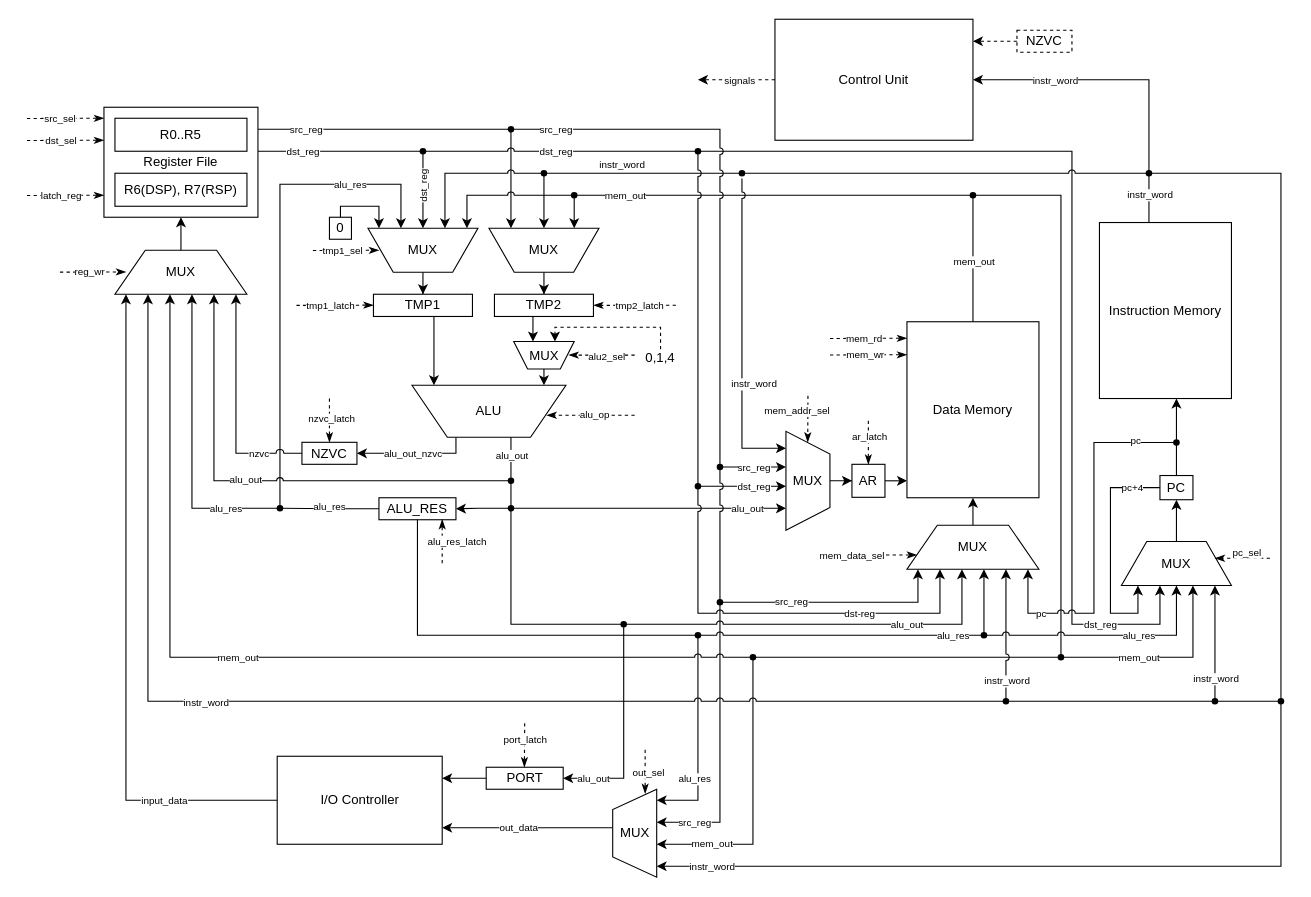
xtern0o/csa_lab4 keeps this draw.io diagram as scheme/csa_lab4_datapath_scheme.drawio. Above is the earlier version. Source tidied: cells renumbered, new cells numbered last; positions are measured from the earlier drawing's top-left corner, leaving out a move shared by most shapes. Both pictures are drawn from the tidied source at 110%, with x=0, y=0 at pixel (26, 19).
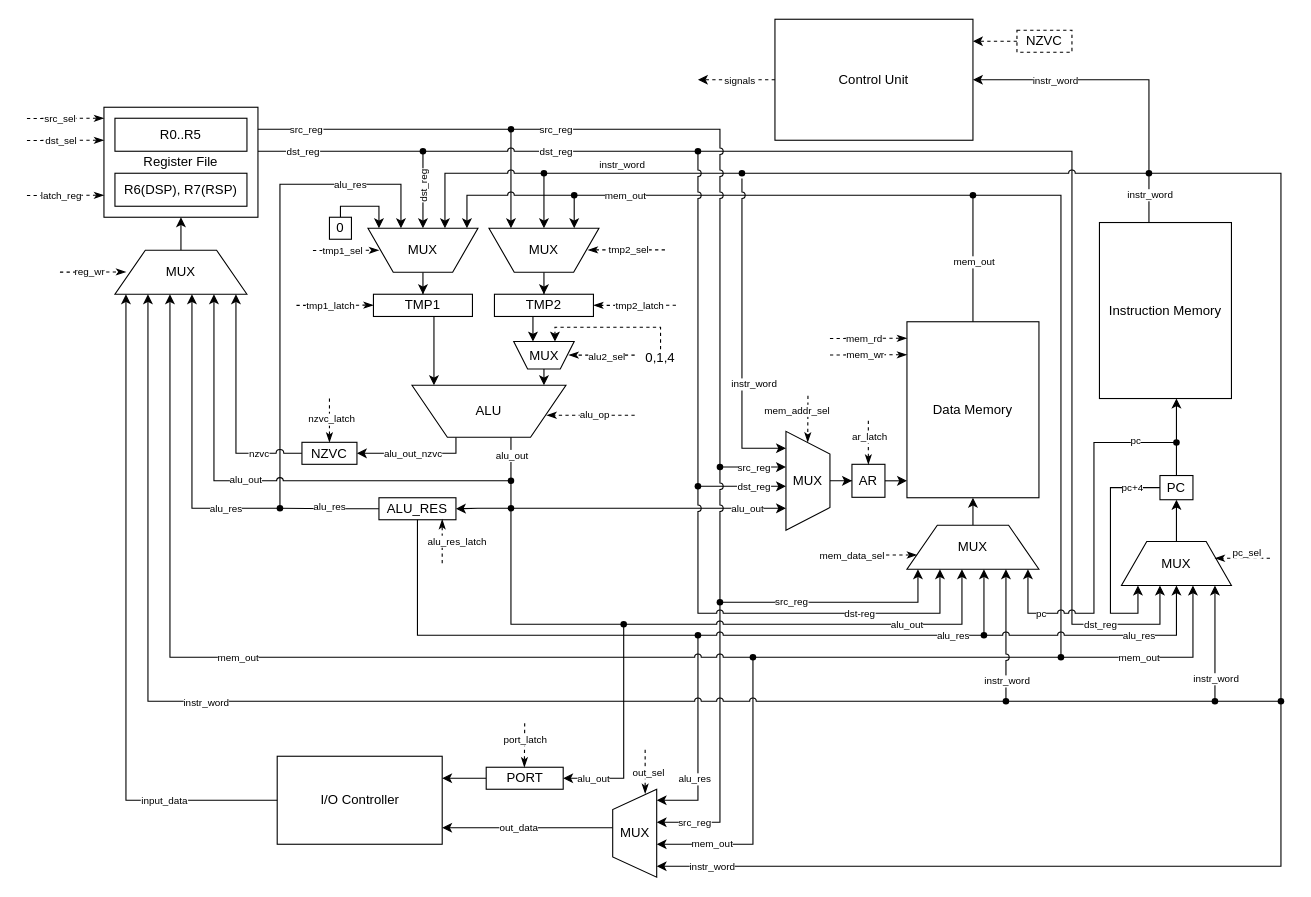
The same page after the edit.

The edit, as a diff of the source:
```diff
@@
+    <mxCell id="211" style="endArrow=classicThin;html=1;rounded=0;dashed=1;endFill=1;" parent="1" edge="1">
+      <mxGeometry relative="1" as="geometry">
+        <mxPoint x="580" y="209.7" as="sourcePoint" />
+        <mxPoint x="510" y="209.7" as="targetPoint" />
+      </mxGeometry>
+    </mxCell>
+    <mxCell id="212" value="tmp2_sel" style="edgeLabel;html=1;align=center;verticalAlign=middle;fontSize=9;" parent="211" vertex="1">
+      <mxGeometry x="-0.3" y="1" relative="1" as="geometry">
+        <mxPoint x="-9" y="-1" as="offset" />
+      </mxGeometry>
+    </mxCell>
```
